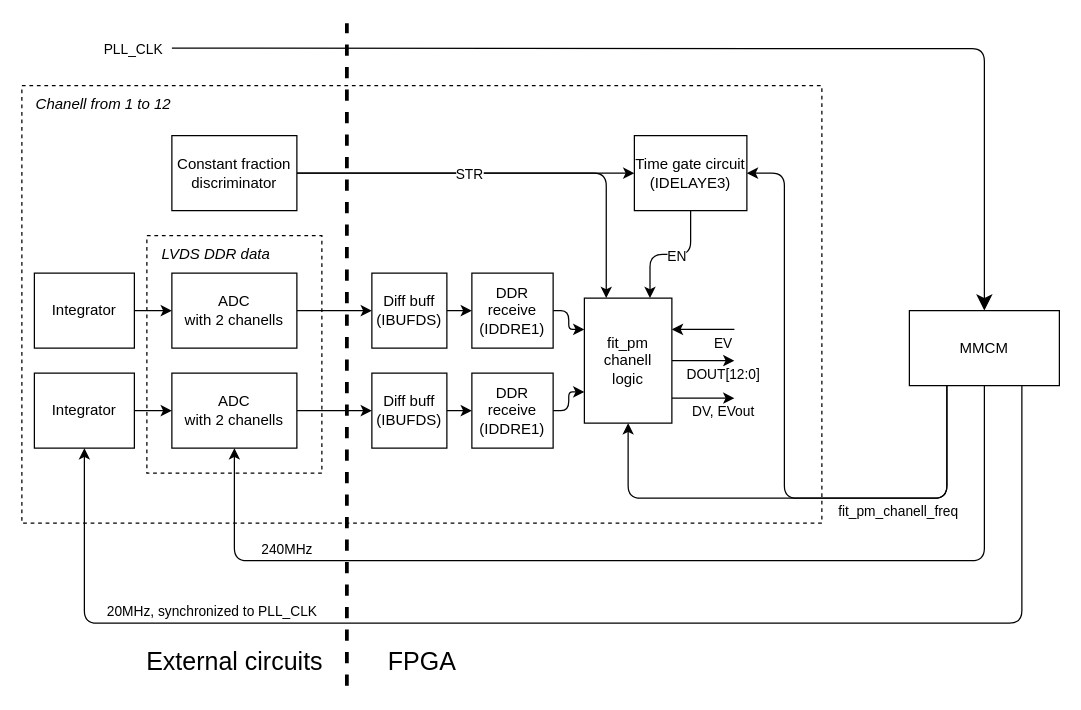
Earlier version of the draw.io diagram sch/fit_pm_afe_fpga_block.drawio (alice-fit-fee-upgrade/FIT_PM_GW_CPLD). Source tidied: cells renumbered, new cells numbered last; positions are measured from the earlier drawing's top-left corner, leaving out a move shared by most shapes. Both pictures are drawn from the tidied source at 125%, with x=0, y=0 at pixel (21, 22).
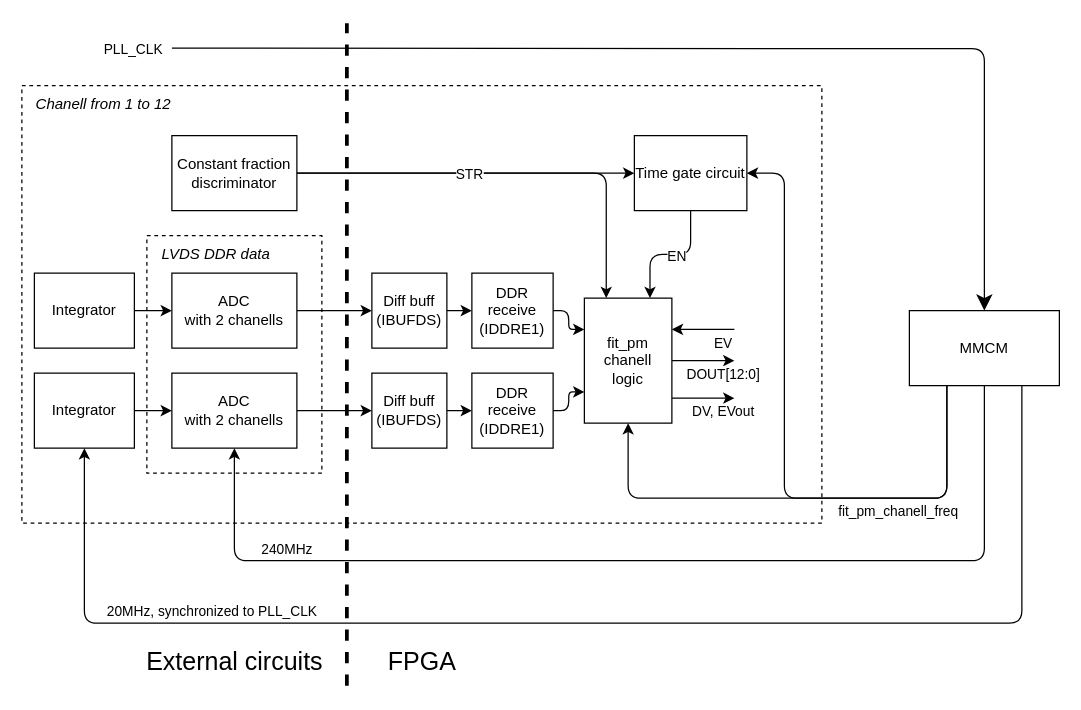
The same page after the edit.

The edit, as a diff of the source:
```diff
@@
-    <mxCell id="39" value="Time gate circuit (IDELAYE3)" style="whiteSpace=wrap;html=1;" parent="1" vertex="1">
+    <mxCell id="39" value="Time gate circuit" style="whiteSpace=wrap;html=1;" parent="1" vertex="1">
       <mxGeometry x="490" y="90" width="90" height="60" as="geometry" />
     </mxCell>
```
